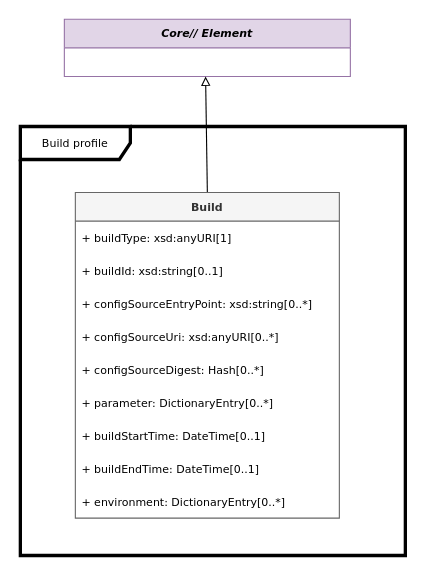
This is page "Build" (5 of 11) of docs/model.drawio from stevenc-stb/spdx-3-model, a draw.io file, before an edit. Source tidied: cells renumbered, new cells numbered last; positions are measured from the earlier drawing's top-left corner, leaving out a move shared by most shapes. Both pictures are drawn from the tidied source at 110%, with x=0, y=0 at pixel (20, 19).
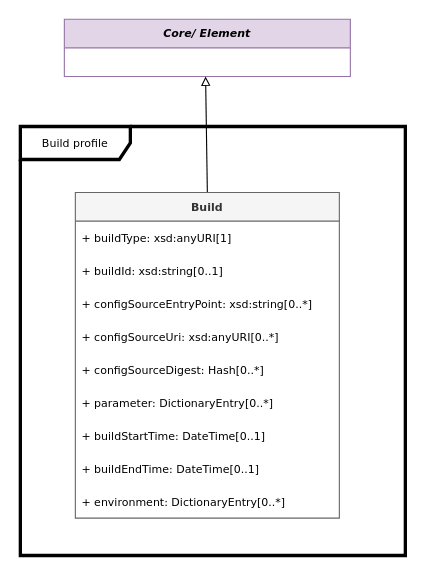
After the change.

What changed in the source:
```diff
@@
 <mxGraphModel>
   <root>
     <mxCell id="0" />
     <mxCell id="1" parent="0" />
-    <mxCell id="2" value="Core// Element" style="swimlane;fontStyle=3;horizontal=1;startSize=26;fillColor=#e1d5e7;strokeColor=#9673a6;fontFamily=Verdana;fontSize=10;" parent="1" vertex="1">
+    <mxCell id="2" value="Core/ Element" style="swimlane;fontStyle=3;horizontal=1;startSize=26;fillColor=#e1d5e7;strokeColor=#9673a6;fontFamily=Verdana;fontSize=10;" parent="1" vertex="1">
       <mxGeometry x="40" width="260" height="52" as="geometry" />
     </mxCell>
     <mxCell id="3" style="endArrow=block;html=1;rounded=0;entryX=0.494;entryY=1;entryDx=0;entryDy=0;entryPerimeter=0;exitX=0.5;exitY=0;exitDx=0;exitDy=0;endFill=0;fontFamily=Verdana;fontSize=10;" parent="1" edge="1" source="5">
       <mxGeometry relative="1" as="geometry">
         <mxPoint x="168.4" y="52" as="targetPoint" />
       </mxGeometry>
     </mxCell>
     <mxCell id="4" value="Build profile" style="shape=umlFrame;whiteSpace=wrap;html=1;width=100;height=30;strokeWidth=3;fontFamily=Verdana;fontSize=10;" parent="1" vertex="1">
       <mxGeometry y="97.5" width="350" height="390" as="geometry" />
     </mxCell>
     <mxCell id="5" value="Build" style="swimlane;fontStyle=1;horizontal=1;startSize=26;fillColor=#f5f5f5;strokeColor=#666666;fontColor=#333333;fontFamily=Verdana;fontSize=10;" parent="1" vertex="1">
       <mxGeometry x="50" y="157.5" width="240" height="296" as="geometry" />
     </mxCell>
     <mxCell id="6" value="+ buildType: xsd:anyURI[1]" style="text;strokeColor=none;fillColor=none;align=left;verticalAlign=middle;spacingLeft=4;spacingRight=4;overflow=hidden;whiteSpace=wrap;html=1;fontFamily=Verdana;fontSize=10;" parent="5" vertex="1">
       <mxGeometry y="26" width="240" height="30" as="geometry" />
     </mxCell>
     <mxCell id="7" value="+ buildId: xsd:string[0..1]" style="text;strokeColor=none;fillColor=none;align=left;verticalAlign=middle;spacingLeft=4;spacingRight=4;overflow=hidden;whiteSpace=wrap;html=1;fontFamily=Verdana;fontSize=10;" parent="5" vertex="1">
       <mxGeometry y="56" width="240" height="30" as="geometry" />
     </mxCell>
     <mxCell id="8" value="+ configSourceEntryPoint: xsd:string[0..*]" style="text;strokeColor=none;fillColor=none;align=left;verticalAlign=middle;spacingLeft=4;spacingRight=4;overflow=hidden;whiteSpace=wrap;html=1;fontFamily=Verdana;fontSize=10;" parent="5" vertex="1">
       <mxGeometry y="86" width="240" height="30" as="geometry" />
     </mxCell>
     <mxCell id="9" value="+ configSourceUri: xsd:anyURI[0..*]" style="text;strokeColor=none;fillColor=none;align=left;verticalAlign=middle;spacingLeft=4;spacingRight=4;overflow=hidden;whiteSpace=wrap;html=1;fontFamily=Verdana;fontSize=10;" parent="5" vertex="1">
       <mxGeometry y="116" width="240" height="30" as="geometry" />
     </mxCell>
     <mxCell id="10" value="+ configSourceDigest: Hash[0..*]" style="text;strokeColor=none;fillColor=none;align=left;verticalAlign=middle;spacingLeft=4;spacingRight=4;overflow=hidden;whiteSpace=wrap;html=1;fontFamily=Verdana;fontSize=10;" parent="5" vertex="1">
       <mxGeometry y="146" width="240" height="30" as="geometry" />
     </mxCell>
     <mxCell id="11" value="+ parameter: DictionaryEntry[0..*]" style="text;strokeColor=none;fillColor=none;align=left;verticalAlign=middle;spacingLeft=4;spacingRight=4;overflow=hidden;whiteSpace=wrap;html=1;fontFamily=Verdana;fontSize=10;" parent="5" vertex="1">
       <mxGeometry y="176" width="240" height="30" as="geometry" />
     </mxCell>
     <mxCell id="12" value="+ buildStartTime: DateTime[0..1]" style="text;strokeColor=none;fillColor=none;align=left;verticalAlign=middle;spacingLeft=4;spacingRight=4;overflow=hidden;whiteSpace=wrap;html=1;fontFamily=Verdana;fontSize=10;" parent="5" vertex="1">
       <mxGeometry y="206" width="240" height="30" as="geometry" />
     </mxCell>
     <mxCell id="13" value="+ buildEndTime: DateTime[0..1]" style="text;strokeColor=none;fillColor=none;align=left;verticalAlign=middle;spacingLeft=4;spacingRight=4;overflow=hidden;whiteSpace=wrap;html=1;fontFamily=Verdana;fontSize=10;" parent="5" vertex="1">
       <mxGeometry y="236" width="240" height="30" as="geometry" />
     </mxCell>
     <mxCell id="14" value="+ environment: DictionaryEntry[0..*]" style="text;strokeColor=none;fillColor=none;align=left;verticalAlign=middle;spacingLeft=4;spacingRight=4;overflow=hidden;whiteSpace=wrap;html=1;fontFamily=Verdana;fontSize=10;" parent="5" vertex="1">
       <mxGeometry y="266" width="240" height="30" as="geometry" />
     </mxCell>
   </root>
 </mxGraphModel>
```
